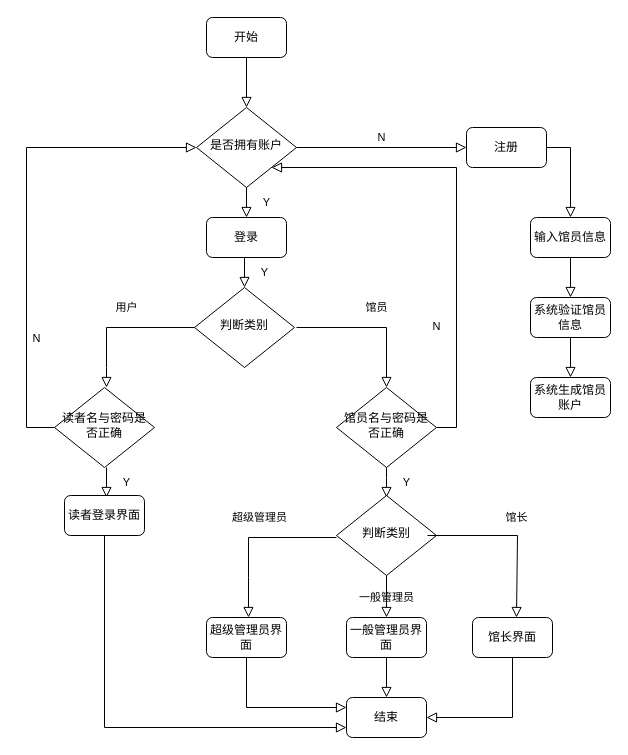
Above: page "开始功能" (1 of 2) of 软工_流程图.drawio in sjgcsf/software_engineering (draw.io), before the change. Source tidied: cells renumbered, new cells numbered last; positions are measured from the earlier drawing's top-left corner, leaving out a move shared by most shapes. Both pictures are drawn from the tidied source at 100%, with x=0, y=0 at pixel (26, 17).
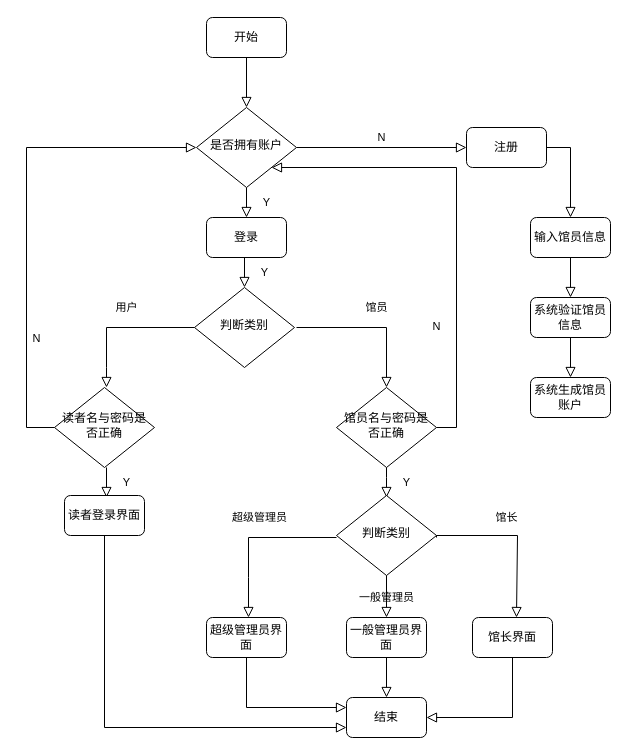
After the change.

Commit message (it also covers changes not shown here):
更新软工_流程图.drawio

The edit, as a diff of the source:
```diff
@@
-    <mxCell id="27" value="馆长" style="rounded=0;html=1;jettySize=auto;orthogonalLoop=1;fontSize=11;endArrow=block;endFill=0;endSize=8;strokeWidth=1;shadow=0;labelBackgroundColor=none;edgeStyle=orthogonalEdgeStyle;exitX=0;exitY=0.5;exitDx=0;exitDy=0;" parent="1" edge="1">
-      <mxGeometry x="0.03" y="18" relative="1" as="geometry">
-        <mxPoint x="401" y="518" as="sourcePoint" />
+    <mxCell id="27" value="馆长" style="rounded=0;html=1;jettySize=auto;orthogonalLoop=1;fontSize=11;endArrow=block;endFill=0;endSize=8;strokeWidth=1;shadow=0;labelBackgroundColor=none;edgeStyle=orthogonalEdgeStyle;" parent="1" edge="1">
+      <mxGeometry x="-0.13" y="18" relative="1" as="geometry">
+        <mxPoint x="410" y="520" as="sourcePoint" />
         <mxPoint x="490" y="600" as="targetPoint" />
         <Array as="points">
           <mxPoint x="491" y="518" />
         </Array>
       </mxGeometry>
     </mxCell>
```
